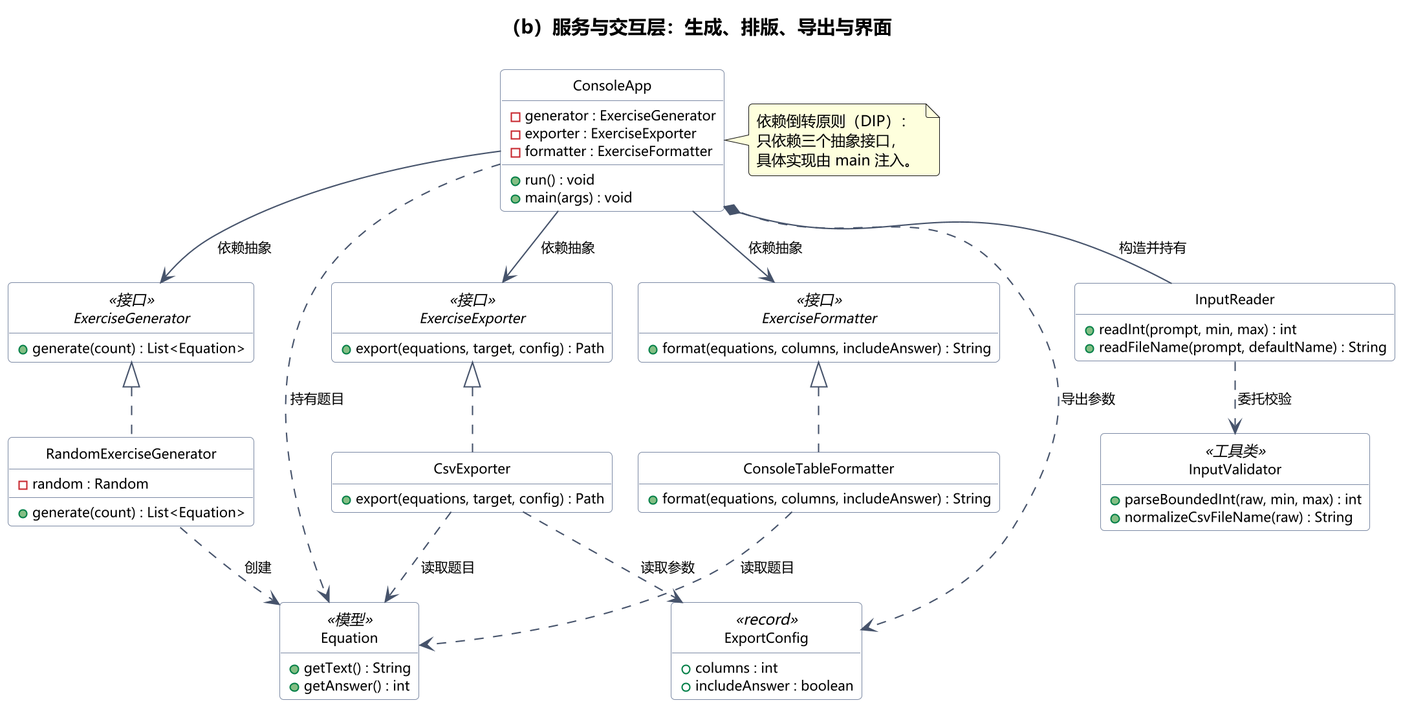
The PlantUML diagram docs/uml_service.png in why-syx/software-construction-lab2, before a commit. The source it was exported from:
```plantuml
@startuml uml_service
!pragma layout smetana
skinparam dpi 200
skinparam defaultFontName "Microsoft YaHei"
skinparam defaultFontSize 11
skinparam classFontSize 12
skinparam classAttributeFontSize 10
skinparam arrowFontSize 10
skinparam shadowing false
skinparam roundCorner 6
skinparam linetype polyline
skinparam nodesep 22
skinparam ranksep 28
skinparam classBackgroundColor #FFFFFF
skinparam interfaceBackgroundColor #E8F1FB
skinparam abstractBackgroundColor #EAF7EA
skinparam ArrowColor #46536B
skinparam classBorderColor #7C8AA5
hide empty members
hide circle

title （b）服务与交互层：生成、排版、导出与界面

interface ExerciseGenerator <<接口>> {
  +generate(count) : List<Equation>
}

class RandomExerciseGenerator {
  -random : Random
  +generate(count) : List<Equation>
}

interface ExerciseFormatter <<接口>> {
  +format(equations, columns, includeAnswer) : String
}

class ConsoleTableFormatter {
  +format(equations, columns, includeAnswer) : String
}

interface ExerciseExporter <<接口>> {
  +export(equations, target, config) : Path
}

class CsvExporter {
  +export(equations, target, config) : Path
}

class ExportConfig <<record>> {
  +columns : int
  +includeAnswer : boolean
}

class ConsoleApp {
  -generator : ExerciseGenerator
  -exporter : ExerciseExporter
  -formatter : ExerciseFormatter
  +run() : void
  +main(args) : void
}

class InputReader {
  +readInt(prompt, min, max) : int
  +readFileName(prompt, defaultName) : String
}

class InputValidator <<工具类>> {
  +parseBoundedInt(raw, min, max) : int
  +normalizeCsvFileName(raw) : String
}

class Equation <<模型>> {
  +getText() : String
  +getAnswer() : int
}

ExerciseGenerator <|.. RandomExerciseGenerator
ExerciseFormatter <|.. ConsoleTableFormatter
ExerciseExporter <|.. CsvExporter

ConsoleApp *-- InputReader : 构造并持有
ConsoleApp --> ExerciseGenerator : 依赖抽象
ConsoleApp --> ExerciseExporter : 依赖抽象
ConsoleApp --> ExerciseFormatter : 依赖抽象
ConsoleApp ..> ExportConfig : 导出参数
ConsoleApp ..> Equation : 持有题目

InputReader ..> InputValidator : 委托校验
RandomExerciseGenerator ..> Equation : 创建
CsvExporter ..> Equation : 读取题目
CsvExporter ..> ExportConfig : 读取参数
ConsoleTableFormatter ..> Equation : 读取题目

note right of ConsoleApp
  依赖倒转原则（DIP）：
  只依赖三个抽象接口，
  具体实现由 main 注入。
end note

@enduml
```
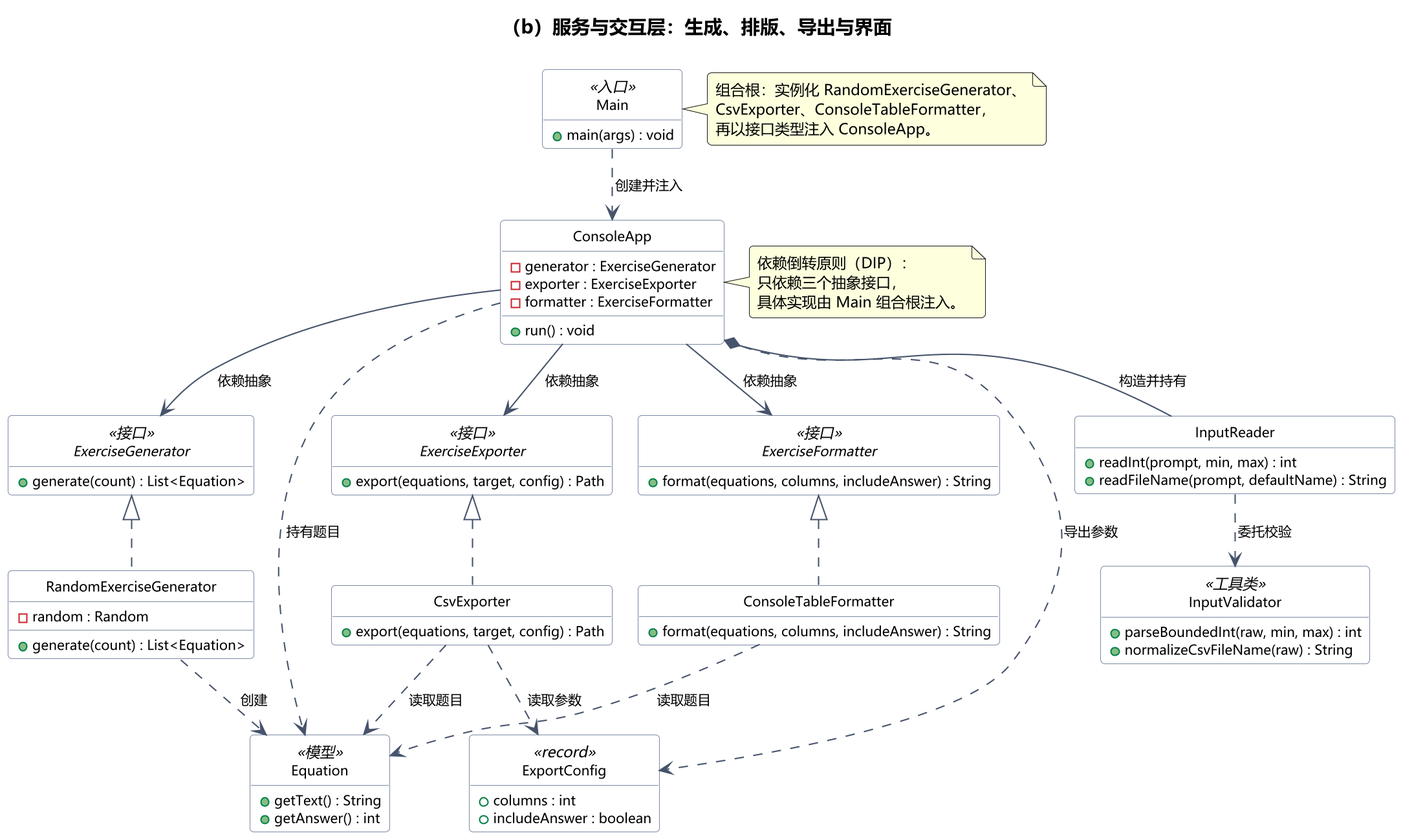
The same file after the commit.

The edit, as a diff of the source:
```diff
@@ -51,12 +51,15 @@
   +includeAnswer : boolean
 }
 
+class Main <<入口>> {
+  +main(args) : void
+}
+
 class ConsoleApp {
   -generator : ExerciseGenerator
   -exporter : ExerciseExporter
   -formatter : ExerciseFormatter
   +run() : void
-  +main(args) : void
 }
 
 class InputReader {
@@ -78,6 +81,7 @@
 ExerciseFormatter <|.. ConsoleTableFormatter
 ExerciseExporter <|.. CsvExporter
 
+Main ..> ConsoleApp : 创建并注入
 ConsoleApp *-- InputReader : 构造并持有
 ConsoleApp --> ExerciseGenerator : 依赖抽象
 ConsoleApp --> ExerciseExporter : 依赖抽象
@@ -94,7 +98,13 @@
 note right of ConsoleApp
   依赖倒转原则（DIP）：
   只依赖三个抽象接口，
-  具体实现由 main 注入。
+  具体实现由 Main 组合根注入。
+end note
+
+note right of Main
+  组合根：实例化 RandomExerciseGenerator、
+  CsvExporter、ConsoleTableFormatter，
+  再以接口类型注入 ConsoleApp。
 end note
 
 @enduml
```
